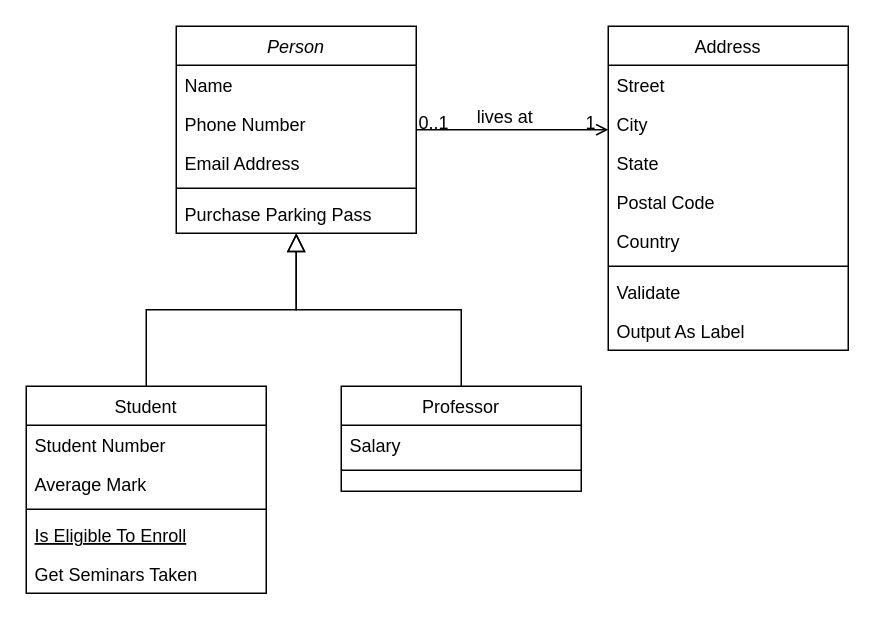
Above: diagrams/ClassDiagrams.drawio in jeffersonrucu/Authenticated_Users_SpringBoot_OAuth2.0 (draw.io), before the change. Source tidied: cells renumbered, new cells numbered last; positions are measured from the earlier drawing's top-left corner, leaving out a move shared by most shapes. Both pictures are drawn from the tidied source at 150%, with x=0, y=0 at pixel (26, 26).
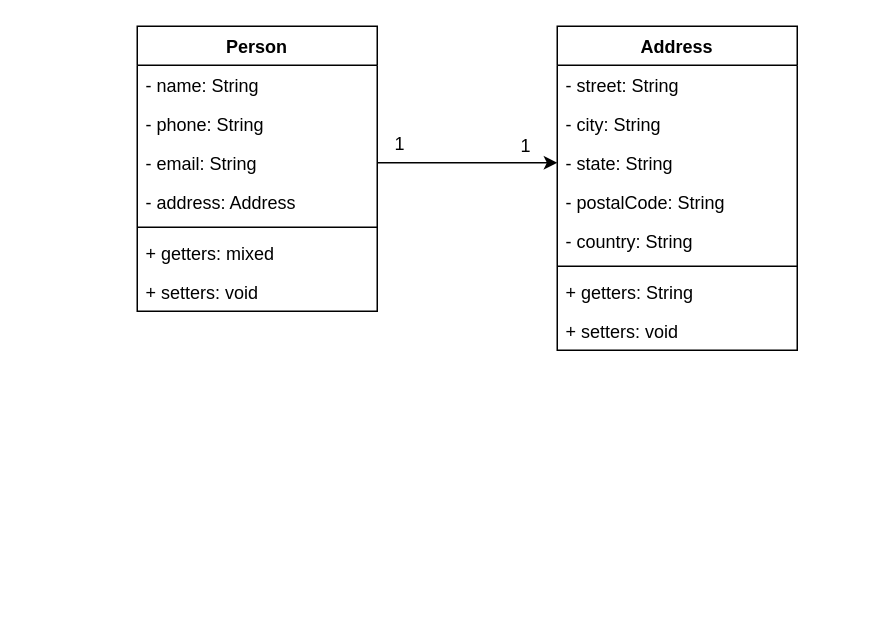
After the change.

Commit message (it also covers changes not shown here):
feat: att diagram

The edit, as a diff of the source:
```diff
@@
-    <mxCell id="2" value="Person" style="swimlane;fontStyle=2;align=center;verticalAlign=top;horizontal=1;startSize=26;rounded=0;shadow=0;strokeWidth=1;" parent="1" vertex="1">
-      <mxGeometry x="100" width="160" height="138" as="geometry" />
+    <mxCell id="2" value="Person" style="swimlane;fontStyle=1;align=center;verticalAlign=top;horizontal=1;startSize=26;whiteSpace=wrap;html=1;" parent="1" vertex="1">
+      <mxGeometry x="74" width="160" height="190" as="geometry" />
     </mxCell>
-    <mxCell id="3" value="Name" style="text;align=left;verticalAlign=top;spacingLeft=4;spacingRight=4;overflow=hidden;" parent="2" vertex="1">
-      <mxGeometry y="26" width="160" height="26" as="geometry" />
-    </mxCell>
-    <mxCell id="4" value="Phone Number" style="text;align=left;verticalAlign=top;spacingLeft=4;spacingRight=4;overflow=hidden;rounded=0;shadow=0;html=0;" parent="2" vertex="1">
-      <mxGeometry y="52" width="160" height="26" as="geometry" />
-    </mxCell>
-    <mxCell id="5" value="Email Address" style="text;align=left;verticalAlign=top;spacingLeft=4;spacingRight=4;overflow=hidden;rounded=0;shadow=0;html=0;" parent="2" vertex="1">
-      <mxGeometry y="78" width="160" height="26" as="geometry" />
-    </mxCell>
-    <mxCell id="6" style="line;html=1;strokeWidth=1;align=left;verticalAlign=middle;spacingTop=-1;spacingLeft=3;spacingRight=3;labelPosition=right;" parent="2" vertex="1">
-      <mxGeometry y="104" width="160" height="8" as="geometry" />
-    </mxCell>
-    <mxCell id="7" value="Purchase Parking Pass" style="text;align=left;verticalAlign=top;spacingLeft=4;spacingRight=4;overflow=hidden;" parent="2" vertex="1">
-      <mxGeometry y="112" width="160" height="26" as="geometry" />
-    </mxCell>
-    <mxCell id="8" value="Student" style="swimlane;fontStyle=0;align=center;verticalAlign=top;horizontal=1;startSize=26;rounded=0;shadow=0;strokeWidth=1;" parent="1" vertex="1">
-      <mxGeometry y="240" width="160" height="138" as="geometry" />
-    </mxCell>
-    <mxCell id="9" value="Student Number" style="text;align=left;verticalAlign=top;spacingLeft=4;spacingRight=4;overflow=hidden;" parent="8" vertex="1">
-      <mxGeometry y="26" width="160" height="26" as="geometry" />
-    </mxCell>
-    <mxCell id="10" value="Average Mark" style="text;align=left;verticalAlign=top;spacingLeft=4;spacingRight=4;overflow=hidden;rounded=0;shadow=0;html=0;" parent="8" vertex="1">
-      <mxGeometry y="52" width="160" height="26" as="geometry" />
-    </mxCell>
-    <mxCell id="11" style="line;html=1;strokeWidth=1;align=left;verticalAlign=middle;spacingTop=-1;spacingLeft=3;spacingRight=3;labelPosition=right;" parent="8" vertex="1">
-      <mxGeometry y="78" width="160" height="8" as="geometry" />
-    </mxCell>
-    <mxCell id="12" value="Is Eligible To Enroll" style="text;align=left;verticalAlign=top;spacingLeft=4;spacingRight=4;overflow=hidden;fontStyle=4;" parent="8" vertex="1">
-      <mxGeometry y="86" width="160" height="26" as="geometry" />
-    </mxCell>
-    <mxCell id="13" value="Get Seminars Taken" style="text;align=left;verticalAlign=top;spacingLeft=4;spacingRight=4;overflow=hidden;" parent="8" vertex="1">
-      <mxGeometry y="112" width="160" height="26" as="geometry" />
-    </mxCell>
-    <mxCell id="14" style="endArrow=block;endSize=10;endFill=0;shadow=0;strokeWidth=1;rounded=0;curved=0;edgeStyle=elbowEdgeStyle;elbow=vertical;" parent="1" edge="1" source="8" target="2">
-      <mxGeometry relative="1" as="geometry" />
-    </mxCell>
-    <mxCell id="15" value="Professor" style="swimlane;fontStyle=0;align=center;verticalAlign=top;horizontal=1;startSize=26;rounded=0;shadow=0;strokeWidth=1;" parent="1" vertex="1">
-      <mxGeometry x="210" y="240" width="160" height="70" as="geometry" />
-    </mxCell>
-    <mxCell id="16" value="Salary" style="text;align=left;verticalAlign=top;spacingLeft=4;spacingRight=4;overflow=hidden;" parent="15" vertex="1">
-      <mxGeometry y="26" width="160" height="26" as="geometry" />
-    </mxCell>
-    <mxCell id="17" style="line;html=1;strokeWidth=1;align=left;verticalAlign=middle;spacingTop=-1;spacingLeft=3;spacingRight=3;labelPosition=right;" parent="15" vertex="1">
-      <mxGeometry y="52" width="160" height="8" as="geometry" />
-    </mxCell>
-    <mxCell id="18" style="endArrow=block;endSize=10;endFill=0;shadow=0;strokeWidth=1;rounded=0;curved=0;edgeStyle=elbowEdgeStyle;elbow=vertical;" parent="1" edge="1" source="15" target="2">
-      <mxGeometry relative="1" as="geometry" />
-    </mxCell>
+    <mxCell id="32" value="- name: String" style="text;strokeColor=none;fillColor=none;align=left;verticalAlign=top;spacingLeft=4;spacingRight=4;overflow=hidden;whiteSpace=wrap;html=1;" parent="2" vertex="1">
+      <mxGeometry y="26" width="160" height="26" as="geometry" />
+    </mxCell>
+    <mxCell id="33" value="- phone: String" style="text;strokeColor=none;fillColor=none;align=left;verticalAlign=top;spacingLeft=4;spacingRight=4;overflow=hidden;whiteSpace=wrap;html=1;" parent="2" vertex="1">
+      <mxGeometry y="52" width="160" height="26" as="geometry" />
+    </mxCell>
+    <mxCell id="34" value="- email: String" style="text;strokeColor=none;fillColor=none;align=left;verticalAlign=top;spacingLeft=4;spacingRight=4;overflow=hidden;points=[[0,0.5],[1,0.5]];portConstraint=eastwest;whiteSpace=wrap;html=1;" parent="2" vertex="1">
+      <mxGeometry y="78" width="160" height="26" as="geometry" />
+    </mxCell>
+    <mxCell id="35" value="- address: Address" style="text;strokeColor=none;fillColor=none;align=left;verticalAlign=top;spacingLeft=4;spacingRight=4;overflow=hidden;whiteSpace=wrap;html=1;" parent="2" vertex="1">
+      <mxGeometry y="104" width="160" height="26" as="geometry" />
+    </mxCell>
+    <mxCell id="36" style="line;strokeWidth=1;fillColor=none;align=left;verticalAlign=middle;spacingTop=-1;spacingLeft=3;spacingRight=3;labelPosition=right;strokeColor=inherit;" parent="2" vertex="1">
+      <mxGeometry y="130" width="160" height="8" as="geometry" />
+    </mxCell>
+    <mxCell id="37" value="+ getters: mixed" style="text;strokeColor=none;fillColor=none;align=left;verticalAlign=top;spacingLeft=4;spacingRight=4;overflow=hidden;whiteSpace=wrap;html=1;" parent="2" vertex="1">
+      <mxGeometry y="138" width="160" height="26" as="geometry" />
+    </mxCell>
+    <mxCell id="38" value="+ setters: void" style="text;strokeColor=none;fillColor=none;align=left;verticalAlign=top;spacingLeft=4;spacingRight=4;overflow=hidden;whiteSpace=wrap;html=1;" parent="2" vertex="1">
+      <mxGeometry y="164" width="160" height="26" as="geometry" />
+    </mxCell>
-    <mxCell id="19" value="Address" style="swimlane;fontStyle=0;align=center;verticalAlign=top;horizontal=1;startSize=26;rounded=0;shadow=0;strokeWidth=1;" parent="1" vertex="1">
-      <mxGeometry x="388" width="160" height="216" as="geometry" />
+    <mxCell id="19" value="Address" style="swimlane;fontStyle=1;align=center;verticalAlign=top;horizontal=1;startSize=26;whiteSpace=wrap;html=1;" parent="1" vertex="1">
+      <mxGeometry x="354" width="160" height="216" as="geometry" />
     </mxCell>
-    <mxCell id="20" value="Street" style="text;align=left;verticalAlign=top;spacingLeft=4;spacingRight=4;overflow=hidden;" parent="19" vertex="1">
-      <mxGeometry y="26" width="160" height="26" as="geometry" />
-    </mxCell>
-    <mxCell id="21" value="City" style="text;align=left;verticalAlign=top;spacingLeft=4;spacingRight=4;overflow=hidden;rounded=0;shadow=0;html=0;" parent="19" vertex="1">
-      <mxGeometry y="52" width="160" height="26" as="geometry" />
-    </mxCell>
-    <mxCell id="22" value="State" style="text;align=left;verticalAlign=top;spacingLeft=4;spacingRight=4;overflow=hidden;rounded=0;shadow=0;html=0;" parent="19" vertex="1">
-      <mxGeometry y="78" width="160" height="26" as="geometry" />
-    </mxCell>
-    <mxCell id="23" value="Postal Code" style="text;align=left;verticalAlign=top;spacingLeft=4;spacingRight=4;overflow=hidden;rounded=0;shadow=0;html=0;" parent="19" vertex="1">
-      <mxGeometry y="104" width="160" height="26" as="geometry" />
-    </mxCell>
-    <mxCell id="24" value="Country" style="text;align=left;verticalAlign=top;spacingLeft=4;spacingRight=4;overflow=hidden;rounded=0;shadow=0;html=0;" parent="19" vertex="1">
-      <mxGeometry y="130" width="160" height="26" as="geometry" />
-    </mxCell>
-    <mxCell id="25" style="line;html=1;strokeWidth=1;align=left;verticalAlign=middle;spacingTop=-1;spacingLeft=3;spacingRight=3;labelPosition=right;" parent="19" vertex="1">
-      <mxGeometry y="156" width="160" height="8" as="geometry" />
-    </mxCell>
-    <mxCell id="26" value="Validate" style="text;align=left;verticalAlign=top;spacingLeft=4;spacingRight=4;overflow=hidden;" parent="19" vertex="1">
-      <mxGeometry y="164" width="160" height="26" as="geometry" />
-    </mxCell>
-    <mxCell id="27" value="Output As Label" style="text;align=left;verticalAlign=top;spacingLeft=4;spacingRight=4;overflow=hidden;" parent="19" vertex="1">
-      <mxGeometry y="190" width="160" height="26" as="geometry" />
-    </mxCell>
-    <mxCell id="28" style="endArrow=open;shadow=0;strokeWidth=1;rounded=0;curved=0;endFill=1;edgeStyle=elbowEdgeStyle;elbow=vertical;" parent="1" edge="1" source="2" target="19">
-      <mxGeometry x="0.5" y="41" relative="1" as="geometry">
-        <mxPoint x="-40" y="32" as="offset" />
-      </mxGeometry>
-    </mxCell>
-    <mxCell id="29" value="0..1" style="align=left;verticalAlign=bottom;labelBackgroundColor=none;fontSize=12;" parent="28" vertex="1">
-      <mxGeometry x="-1" relative="1" as="geometry">
-        <mxPoint y="4" as="offset" />
-      </mxGeometry>
-    </mxCell>
-    <mxCell id="30" value="1" style="align=right;verticalAlign=bottom;labelBackgroundColor=none;fontSize=12;" parent="28" vertex="1">
-      <mxGeometry x="1" relative="1" as="geometry">
-        <mxPoint x="-7" y="4" as="offset" />
-      </mxGeometry>
-    </mxCell>
-    <mxCell id="31" value="lives at" style="text;html=1;align=center;verticalAlign=middle;labelBackgroundColor=none;rounded=0;shadow=0;strokeWidth=1;fontSize=12;" parent="28" vertex="1">
-      <mxGeometry x="0.5" y="49" relative="1" as="geometry">
-        <mxPoint x="-38" y="40" as="offset" />
-      </mxGeometry>
-    </mxCell>
+    <mxCell id="39" value="- street: String" style="text;strokeColor=none;fillColor=none;align=left;verticalAlign=top;spacingLeft=4;spacingRight=4;overflow=hidden;whiteSpace=wrap;html=1;" parent="19" vertex="1">
+      <mxGeometry y="26" width="160" height="26" as="geometry" />
+    </mxCell>
+    <mxCell id="40" value="- city: String" style="text;strokeColor=none;fillColor=none;align=left;verticalAlign=top;spacingLeft=4;spacingRight=4;overflow=hidden;whiteSpace=wrap;html=1;" parent="19" vertex="1">
+      <mxGeometry y="52" width="160" height="26" as="geometry" />
+    </mxCell>
+    <mxCell id="41" value="- state: String" style="text;strokeColor=none;fillColor=none;align=left;verticalAlign=top;spacingLeft=4;spacingRight=4;overflow=hidden;points=[[0,0.5],[1,0.5]];portConstraint=eastwest;whiteSpace=wrap;html=1;" parent="19" vertex="1">
+      <mxGeometry y="78" width="160" height="26" as="geometry" />
+    </mxCell>
+    <mxCell id="42" value="- postalCode: String" style="text;strokeColor=none;fillColor=none;align=left;verticalAlign=top;spacingLeft=4;spacingRight=4;overflow=hidden;whiteSpace=wrap;html=1;" parent="19" vertex="1">
+      <mxGeometry y="104" width="160" height="26" as="geometry" />
+    </mxCell>
+    <mxCell id="43" value="- country: String" style="text;strokeColor=none;fillColor=none;align=left;verticalAlign=top;spacingLeft=4;spacingRight=4;overflow=hidden;whiteSpace=wrap;html=1;" parent="19" vertex="1">
+      <mxGeometry y="130" width="160" height="26" as="geometry" />
+    </mxCell>
+    <mxCell id="44" style="line;strokeWidth=1;fillColor=none;align=left;verticalAlign=middle;spacingTop=-1;spacingLeft=3;spacingRight=3;labelPosition=right;strokeColor=inherit;" parent="19" vertex="1">
+      <mxGeometry y="156" width="160" height="8" as="geometry" />
+    </mxCell>
+    <mxCell id="45" value="+ getters: String" style="text;strokeColor=none;fillColor=none;align=left;verticalAlign=top;spacingLeft=4;spacingRight=4;overflow=hidden;whiteSpace=wrap;html=1;" parent="19" vertex="1">
+      <mxGeometry y="164" width="160" height="26" as="geometry" />
+    </mxCell>
+    <mxCell id="46" value="+ setters: void" style="text;strokeColor=none;fillColor=none;align=left;verticalAlign=top;spacingLeft=4;spacingRight=4;overflow=hidden;whiteSpace=wrap;html=1;" parent="19" vertex="1">
+      <mxGeometry y="190" width="160" height="26" as="geometry" />
+    </mxCell>
+    <mxCell id="47" style="endArrow=classic;html=1;rounded=0;" parent="1" edge="1" source="34" target="41">
+      <mxGeometry relative="1" as="geometry" />
+    </mxCell>
+    <mxCell id="48" value="1" style="text;strokeColor=none;fillColor=none;align=left;verticalAlign=top;spacingLeft=4;spacingRight=4;overflow=hidden;whiteSpace=wrap;html=1;" parent="1" vertex="1">
+      <mxGeometry x="240" y="65" width="26" height="26" as="geometry" />
+    </mxCell>
+    <mxCell id="49" value="1" style="text;strokeColor=none;fillColor=none;align=left;verticalAlign=top;spacingLeft=4;spacingRight=4;overflow=hidden;whiteSpace=wrap;html=1;" parent="1" vertex="1">
+      <mxGeometry x="324" y="66" width="26" height="26" as="geometry" />
+    </mxCell>
```
